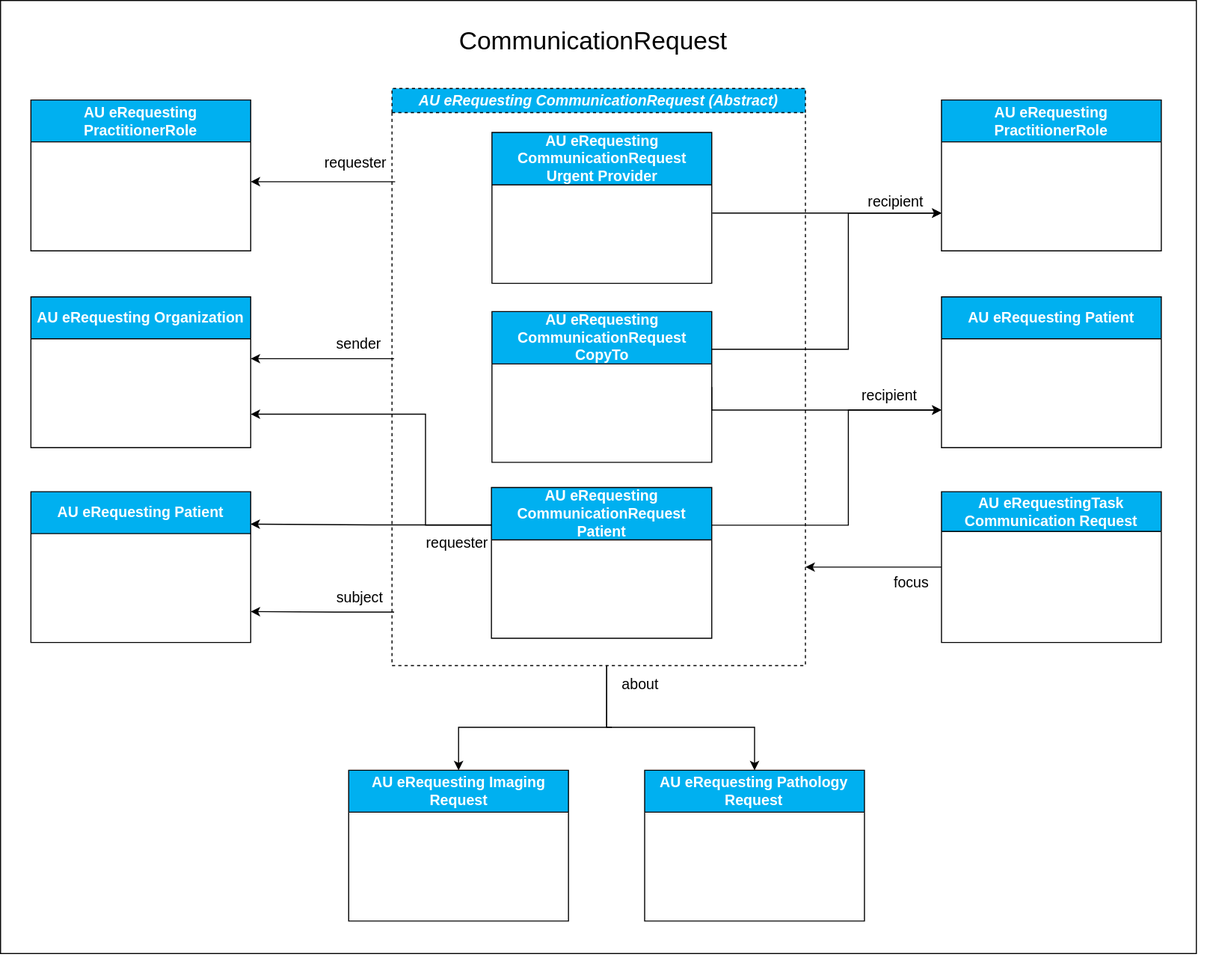
This is input/images/au-erequesting-profiles-au-erequesting-profiles-communicationrequest.svg from hl7au/au-fhir-erequesting, a draw.io export, as it was before one commit. Source tidied: cells renumbered, new cells last; positions are measured from the earlier drawing's top-left corner, leaving out a move shared by most shapes.
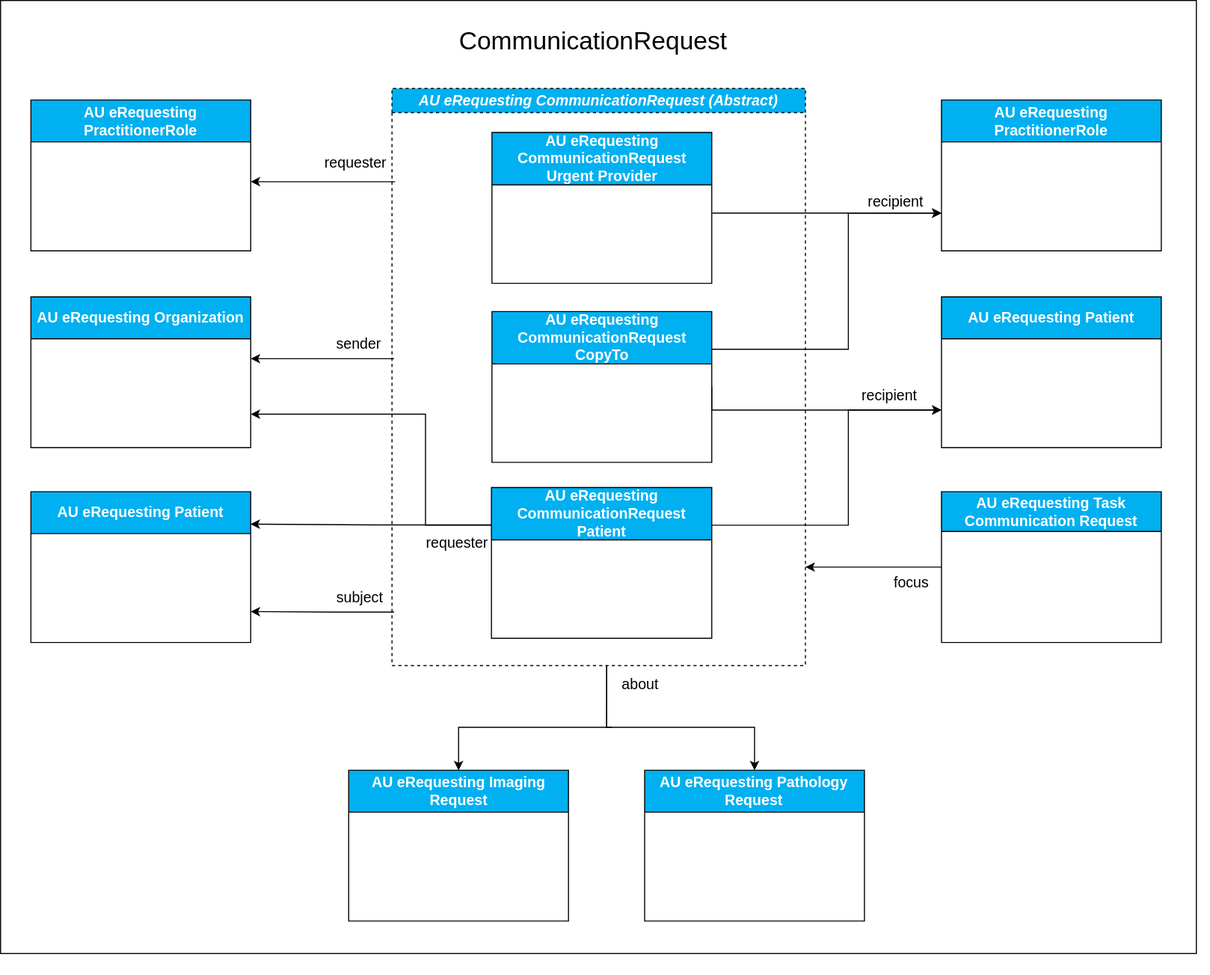
The same diagram one commit later.

Commit message:
Fixed profile name spacing in CommunicationRequest profiles diagram

What changed in the source:
```diff
@@ -56,7 +56,7 @@
         <mxPoint x="32" y="9" as="offset" />
       </mxGeometry>
     </mxCell>
-    <mxCell id="13" value="&lt;font style=&quot;font-size: 14px;&quot;&gt;AU eRequestingTask Communication Request&lt;/font&gt;" style="swimlane;whiteSpace=wrap;html=1;startSize=38;fillColor=#00B0F0;fontColor=#FFFFFF;" parent="2" vertex="1">
+    <mxCell id="13" value="&lt;font style=&quot;font-size: 14px;&quot;&gt;AU eRequesting Task Communication Request&lt;/font&gt;" style="swimlane;whiteSpace=wrap;html=1;startSize=38;fillColor=#00B0F0;fontColor=#FFFFFF;" parent="2" vertex="1">
       <mxGeometry x="889" y="469" width="210" height="144" as="geometry" />
     </mxCell>
     <mxCell id="14" style="endArrow=classic;html=1;rounded=0;entryX=0;entryY=0.75;entryDx=0;entryDy=0;" parent="2" edge="1" target="28">
```
